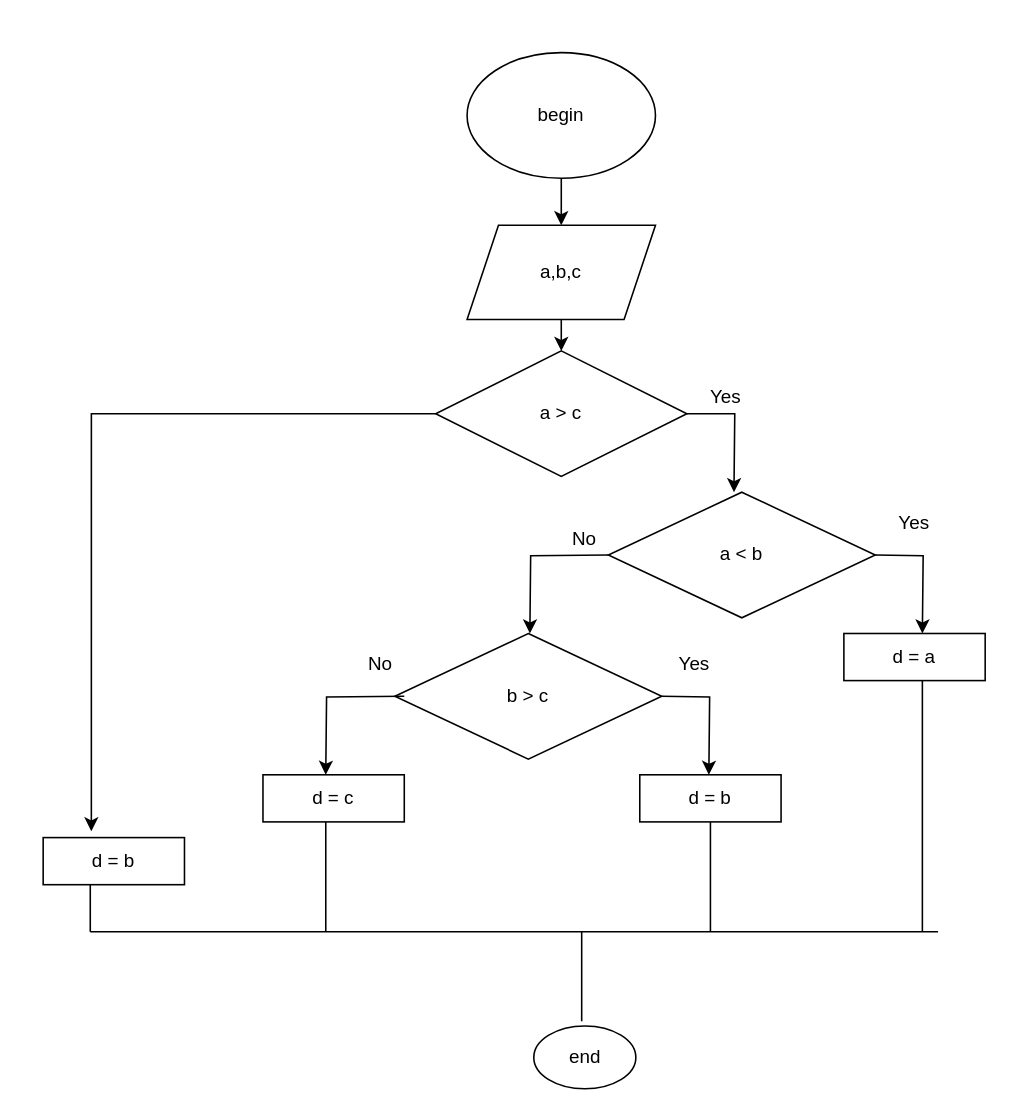
folga67/repo_k keeps this draw.io diagram as page "Les1Task8" (1 of 4) of Untitled Diagram.drawio. Above is the earlier version. Source tidied: cells renumbered, new cells numbered last; positions are measured from the earlier drawing's top-left corner, leaving out a move shared by most shapes. Both pictures are drawn from the tidied source at 157%, with x=0, y=0 at pixel (42, 52).
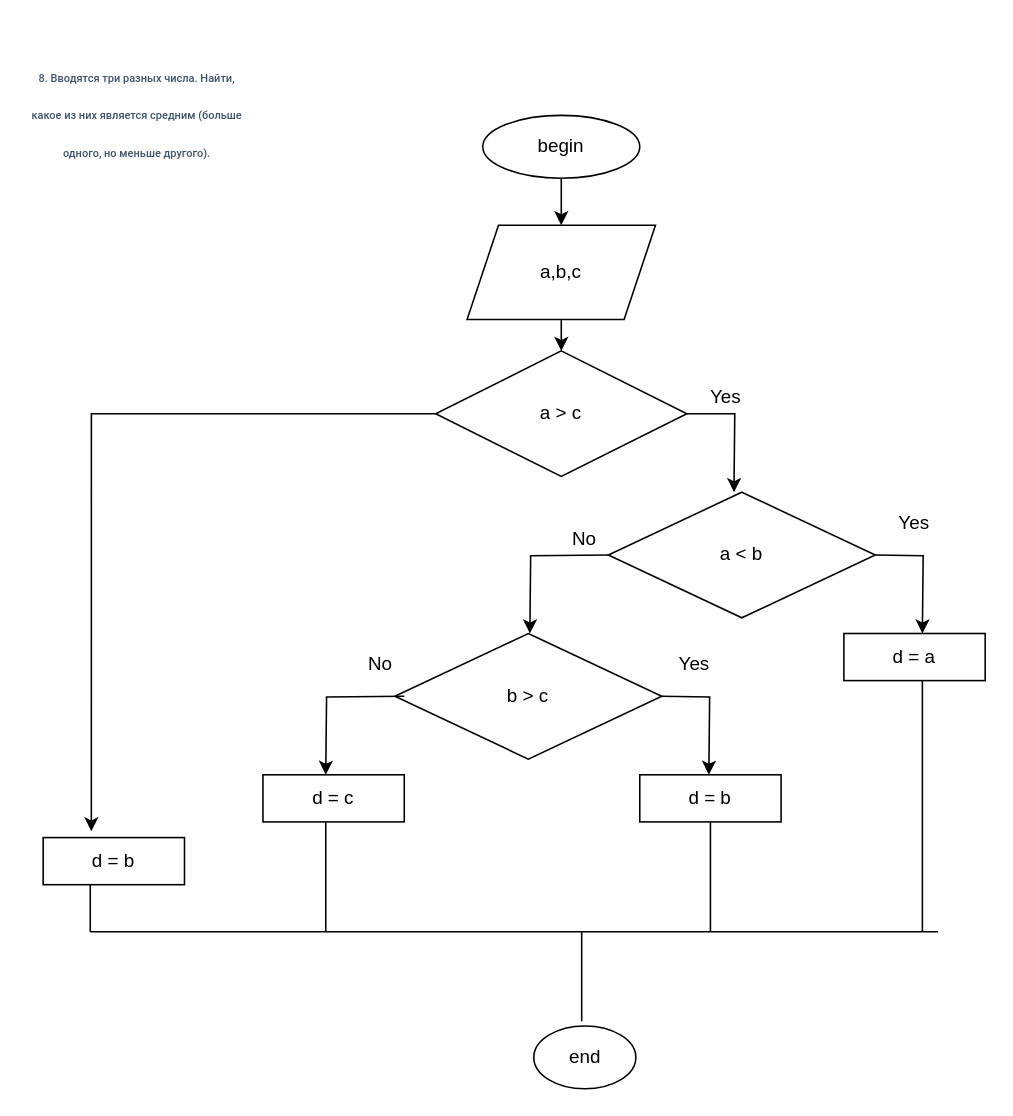
After the change.

Change to the diagram source:
```diff
@@
     <mxCell id="3" value="begin" style="ellipse;whiteSpace=wrap;html=1;" parent="1" vertex="1">
-      <mxGeometry x="270" width="120" height="80" as="geometry" />
+      <mxGeometry x="280" y="40" width="100" height="40" as="geometry" />
     </mxCell>
@@
+    <mxCell id="31" value="&lt;h3 style=&quot;box-sizing: border-box; font-family: roboto, &amp;quot;san francisco&amp;quot;, &amp;quot;helvetica neue&amp;quot;, helvetica, arial; font-weight: 500; line-height: 24px; color: rgb(63, 83, 104); margin-top: 20px; margin-bottom: 10px; font-size: 7px; background-color: rgb(255, 255, 255);&quot;&gt;8. Вводятся три разных числа. Найти, какое из них является средним (больше одного, но меньше другого).&lt;/h3&gt;" style="text;html=1;strokeColor=none;fillColor=none;align=center;verticalAlign=middle;whiteSpace=wrap;rounded=0;fontSize=7;" parent="1" vertex="1">
+      <mxGeometry x="-10" width="140" height="70" as="geometry" />
+    </mxCell>
```
